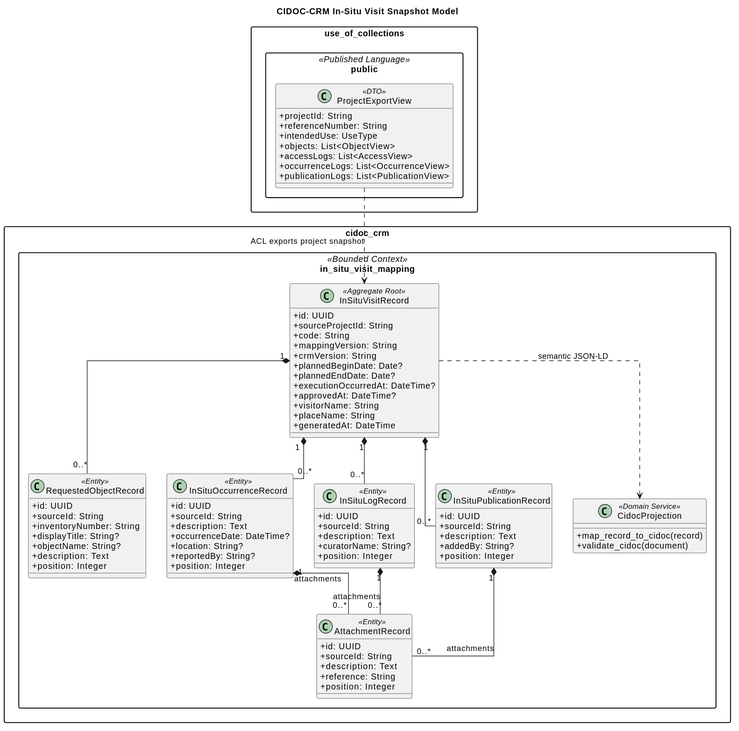
Before: docs/diagrams/cidoc-crm-in-situ-visit-record-model.svg, a diagram exported from PlantUML (marcosduchinski/vitarerum).
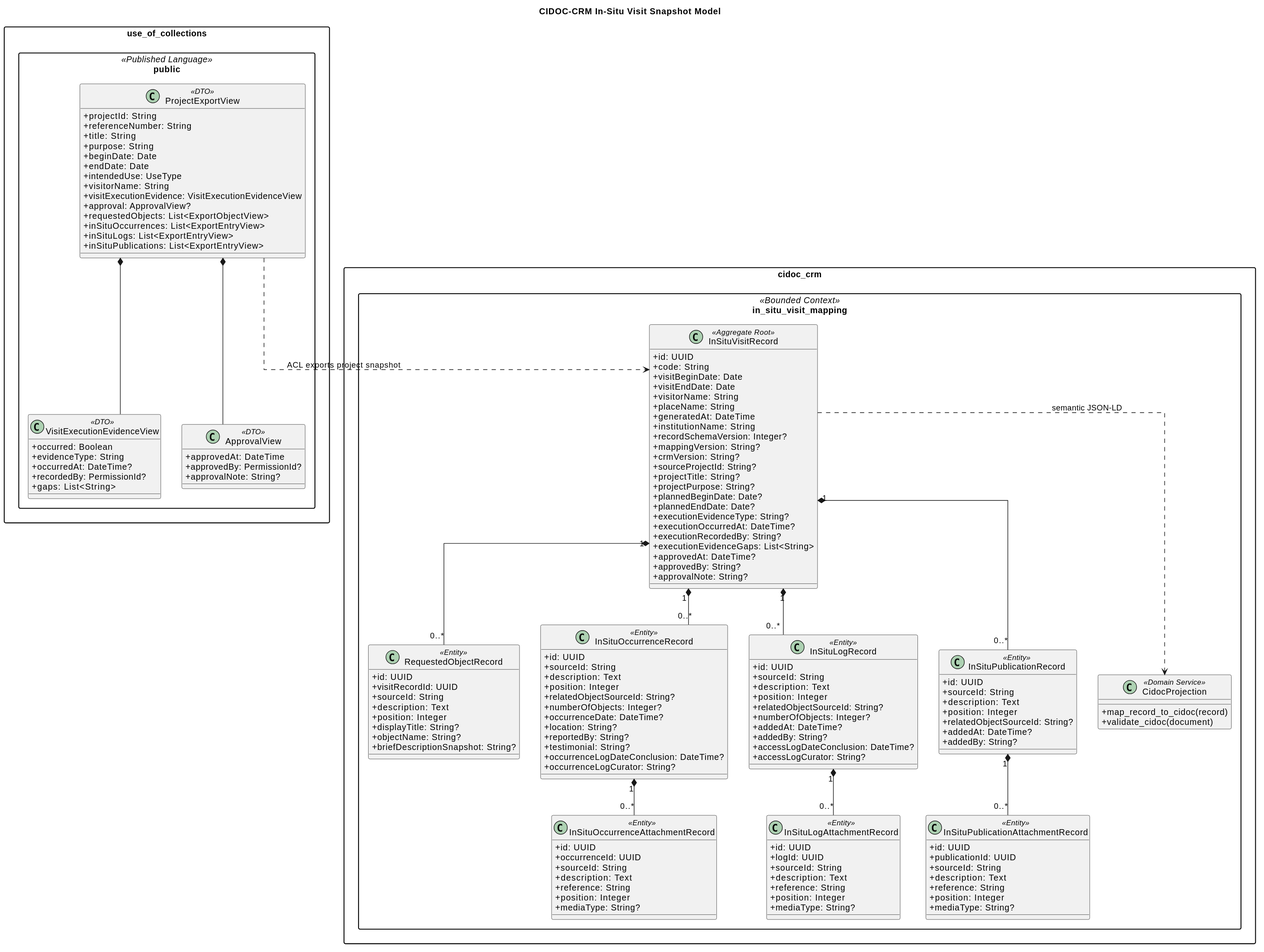
The same file after the commit.

Change to the diagram source:
```diff
@@ -5,77 +5,148 @@
 skinparam linetype ortho
 skinparam shadowing false
 skinparam packageStyle rectangle
+skinparam note {
+  BackgroundColor #FFFBEB
+  BorderColor #B45309
+}
 
 package "use_of_collections.public" <<Published Language>> {
   class ProjectExportView <<DTO>> {
     + projectId: String
     + referenceNumber: String
+    + title: String
+    + purpose: String
+    + beginDate: Date
+    + endDate: Date
     + intendedUse: UseType
-    + objects: List<ObjectView>
-    + accessLogs: List<AccessView>
-    + occurrenceLogs: List<OccurrenceView>
-    + publicationLogs: List<PublicationView>
+    + visitorName: String
+    + visitExecutionEvidence: VisitExecutionEvidenceView
+    + approval: ApprovalView?
+    + requestedObjects: List<ExportObjectView>
+    + inSituOccurrences: List<ExportEntryView>
+    + inSituLogs: List<ExportEntryView>
+    + inSituPublications: List<ExportEntryView>
+  }
+
+  class VisitExecutionEvidenceView <<DTO>> {
+    + occurred: Boolean
+    + evidenceType: String
+    + occurredAt: DateTime?
+    + recordedBy: PermissionId?
+    + gaps: List<String>
+  }
+
+  class ApprovalView <<DTO>> {
+    + approvedAt: DateTime
+    + approvedBy: PermissionId?
+    + approvalNote: String?
   }
 }
 
 package "cidoc_crm.in_situ_visit_mapping" <<Bounded Context>> {
   class InSituVisitRecord <<Aggregate Root>> {
     + id: UUID
-    + sourceProjectId: String
     + code: String
-    + mappingVersion: String
-    + crmVersion: String
-    + plannedBeginDate: Date?
-    + plannedEndDate: Date?
-    + executionOccurredAt: DateTime?
-    + approvedAt: DateTime?
+    + visitBeginDate: Date
+    + visitEndDate: Date
     + visitorName: String
     + placeName: String
     + generatedAt: DateTime
+    + institutionName: String
+    + recordSchemaVersion: Integer?
+    + mappingVersion: String?
+    + crmVersion: String?
+    + sourceProjectId: String?
+    + projectTitle: String?
+    + projectPurpose: String?
+    + plannedBeginDate: Date?
+    + plannedEndDate: Date?
+    + executionEvidenceType: String?
+    + executionOccurredAt: DateTime?
+    + executionRecordedBy: String?
+    + executionEvidenceGaps: List<String>
+    + approvedAt: DateTime?
+    + approvedBy: String?
+    + approvalNote: String?
   }
 
   class RequestedObjectRecord <<Entity>> {
     + id: UUID
+    + visitRecordId: UUID
     + sourceId: String
-    + inventoryNumber: String
+    + description: Text
+    + position: Integer
     + displayTitle: String?
     + objectName: String?
-    + description: Text
-    + position: Integer
+    + briefDescriptionSnapshot: String?
   }
 
   class InSituOccurrenceRecord <<Entity>> {
     + id: UUID
     + sourceId: String
     + description: Text
+    + position: Integer
+    + relatedObjectSourceId: String?
+    + numberOfObjects: Integer?
     + occurrenceDate: DateTime?
     + location: String?
     + reportedBy: String?
-    + position: Integer
+    + testimonial: String?
+    + occurrenceLogDateConclusion: DateTime?
+    + occurrenceLogCurator: String?
   }
 
   class InSituLogRecord <<Entity>> {
     + id: UUID
     + sourceId: String
     + description: Text
-    + curatorName: String?
     + position: Integer
+    + relatedObjectSourceId: String?
+    + numberOfObjects: Integer?
+    + addedAt: DateTime?
+    + addedBy: String?
+    + accessLogDateConclusion: DateTime?
+    + accessLogCurator: String?
   }
 
   class InSituPublicationRecord <<Entity>> {
     + id: UUID
     + sourceId: String
     + description: Text
+    + position: Integer
+    + relatedObjectSourceId: String?
+    + addedAt: DateTime?
     + addedBy: String?
-    + position: Integer
   }
 
-  class AttachmentRecord <<Entity>> {
+  class InSituOccurrenceAttachmentRecord <<Entity>> {
     + id: UUID
+    + occurrenceId: UUID
     + sourceId: String
     + description: Text
     + reference: String
     + position: Integer
+    + mediaType: String?
+  }
+
+  class InSituLogAttachmentRecord <<Entity>> {
+    + id: UUID
+    + logId: UUID
+    + sourceId: String
+    + description: Text
+    + reference: String
+    + position: Integer
+    + mediaType: String?
+  }
+
+  class InSituPublicationAttachmentRecord <<Entity>> {
+    + id: UUID
+    + publicationId: UUID
+    + sourceId: String
+    + description: Text
+    + reference: String
+    + position: Integer
+    + mediaType: String?
   }
 
   class CidocProjection <<Domain Service>> {
@@ -84,13 +155,15 @@
   }
 }
 
+ProjectExportView *-- VisitExecutionEvidenceView
+ProjectExportView *-- ApprovalView
 ProjectExportView ..> InSituVisitRecord : ACL exports project snapshot
 InSituVisitRecord "1" *-- "0..*" RequestedObjectRecord
 InSituVisitRecord "1" *-- "0..*" InSituOccurrenceRecord
 InSituVisitRecord "1" *-- "0..*" InSituLogRecord
 InSituVisitRecord "1" *-- "0..*" InSituPublicationRecord
-InSituOccurrenceRecord "1" *-- "0..*" AttachmentRecord : attachments
-InSituLogRecord "1" *-- "0..*" AttachmentRecord : attachments
-InSituPublicationRecord "1" *-- "0..*" AttachmentRecord : attachments
+InSituOccurrenceRecord "1" *-- "0..*" InSituOccurrenceAttachmentRecord
+InSituLogRecord "1" *-- "0..*" InSituLogAttachmentRecord
+InSituPublicationRecord "1" *-- "0..*" InSituPublicationAttachmentRecord
 InSituVisitRecord ..> CidocProjection : semantic JSON-LD
 @enduml
```
